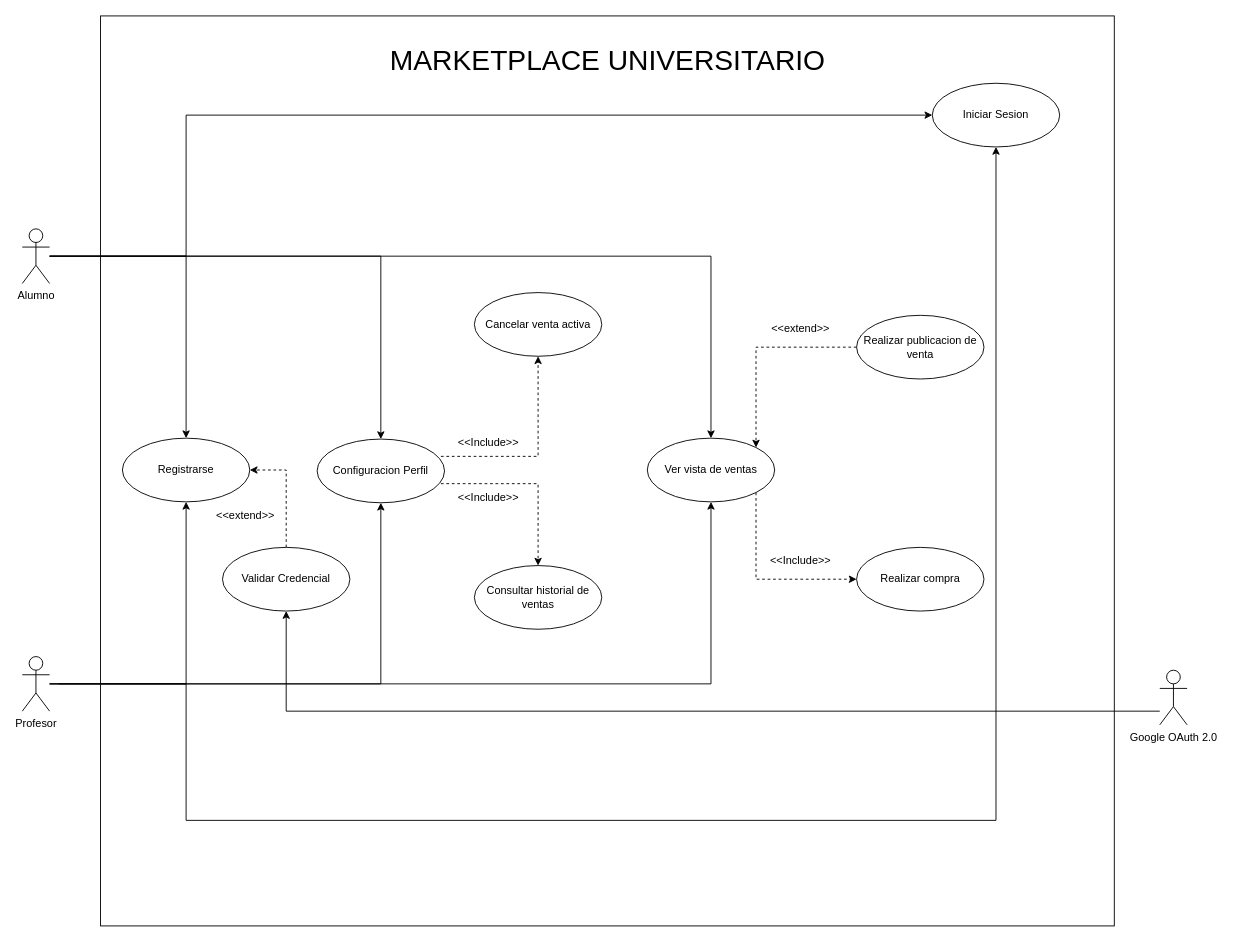
PradoMara/INTEGRA2 keeps this draw.io diagram as Docs/Diagramas/caso-de-uso-usuarios.drawio.xml. Above is the earlier version. Source tidied: cells renumbered, new cells numbered last; positions are measured from the earlier drawing's top-left corner, leaving out a move shared by most shapes. Both pictures are drawn from the tidied source at 91%, with x=0, y=0 at pixel (22, 15).
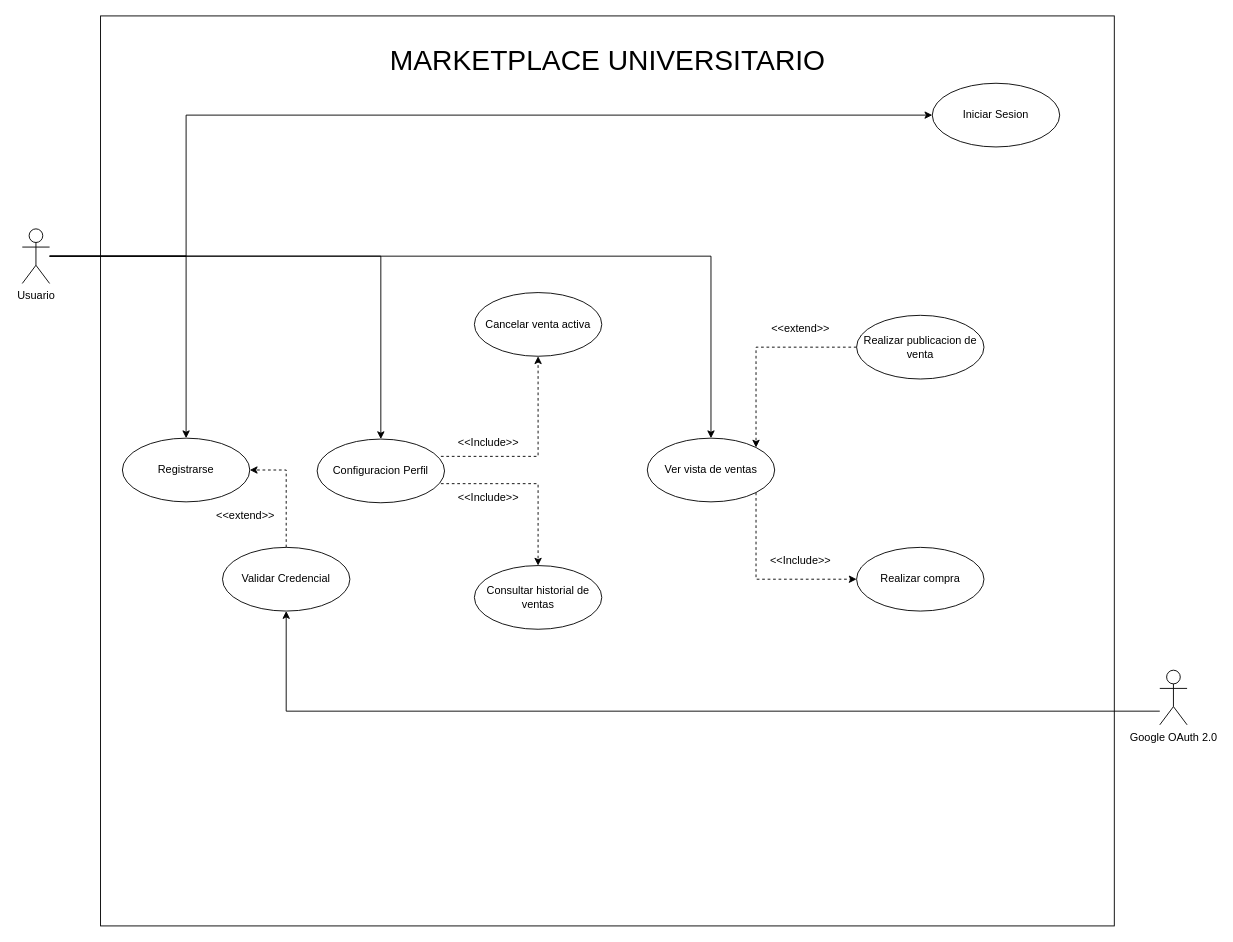
The same page after the edit.

Commit message:
actualización diagrama casos de uso

The change refers to these unchanged cells:
```xml
<mxCell id="13" value="Registrarse" style="ellipse;whiteSpace=wrap;html=1;" parent="1" vertex="1">
  <mxGeometry x="110" y="464" width="140" height="70" as="geometry" />
</mxCell>
<mxCell id="14" value="Iniciar Sesion" style="ellipse;whiteSpace=wrap;html=1;" parent="1" vertex="1">
  <mxGeometry x="1000" y="74" width="140" height="70" as="geometry" />
</mxCell>
<mxCell id="17" value="Configuracion Perfil" style="ellipse;whiteSpace=wrap;html=1;" parent="1" vertex="1">
  <mxGeometry x="324" y="465" width="140" height="70" as="geometry" />
</mxCell>
<mxCell id="21" value="Ver vista de ventas" style="ellipse;whiteSpace=wrap;html=1;" parent="1" vertex="1">
  <mxGeometry x="686.8" y="464" width="140" height="70" as="geometry" />
</mxCell>
```

What changed in the source:
```diff
@@
-    <mxCell id="3" style="rounded=0;jettySize=auto;html=1;entryX=0.5;entryY=1;entryDx=0;entryDy=0;edgeStyle=orthogonalEdgeStyle;" parent="1" edge="1" target="14">
-      <mxGeometry relative="1" as="geometry">
-        <mxPoint x="40" y="734" as="sourcePoint" />
-        <Array as="points">
-          <mxPoint x="180" y="734" />
-          <mxPoint x="180" y="884" />
-          <mxPoint x="1070" y="884" />
-        </Array>
-      </mxGeometry>
-    </mxCell>
-    <mxCell id="4" style="edgeStyle=orthogonalEdgeStyle;rounded=0;jettySize=auto;html=1;entryX=0.5;entryY=1;entryDx=0;entryDy=0;" parent="1" edge="1" source="7" target="17">
-      <mxGeometry relative="1" as="geometry" />
-    </mxCell>
-    <mxCell id="5" style="edgeStyle=orthogonalEdgeStyle;rounded=0;jettySize=auto;html=1;entryX=0.5;entryY=1;entryDx=0;entryDy=0;" parent="1" edge="1" source="7" target="21">
-      <mxGeometry relative="1" as="geometry" />
-    </mxCell>
-    <mxCell id="6" style="edgeStyle=orthogonalEdgeStyle;rounded=0;jettySize=auto;html=1;" parent="1" edge="1" source="7" target="13">
-      <mxGeometry relative="1" as="geometry" />
-    </mxCell>
-    <mxCell id="7" value="Profesor" style="shape=umlActor;verticalLabelPosition=bottom;verticalAlign=top;html=1;" parent="1" vertex="1">
-      <mxGeometry y="704" width="30" height="60" as="geometry" />
-    </mxCell>
@@
-    <mxCell id="12" value="Alumno" style="shape=umlActor;verticalLabelPosition=bottom;verticalAlign=top;html=1;" parent="1" vertex="1">
+    <mxCell id="12" value="Usuario&lt;div&gt;&lt;br&gt;&lt;/div&gt;" style="shape=umlActor;verticalLabelPosition=bottom;verticalAlign=top;html=1;" parent="1" vertex="1">
       <mxGeometry y="234" width="30" height="60" as="geometry" />
     </mxCell>
```
